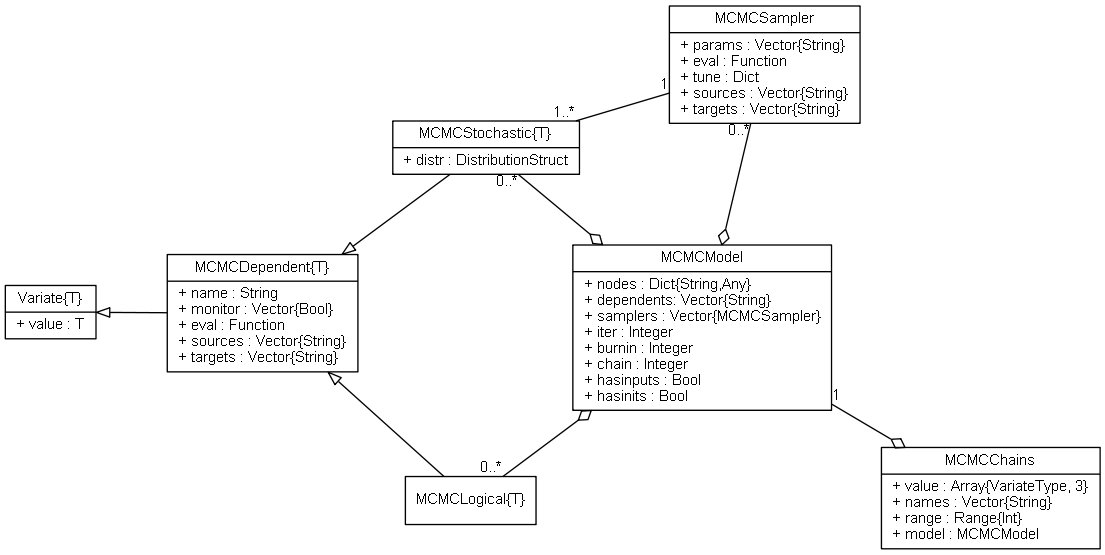
Earlier version of the Graphviz export doc/images/mcmcUML.png (brian-j-smith/Mamba.jl). Its source is kept beside it as doc/images/mcmcUML.dot.
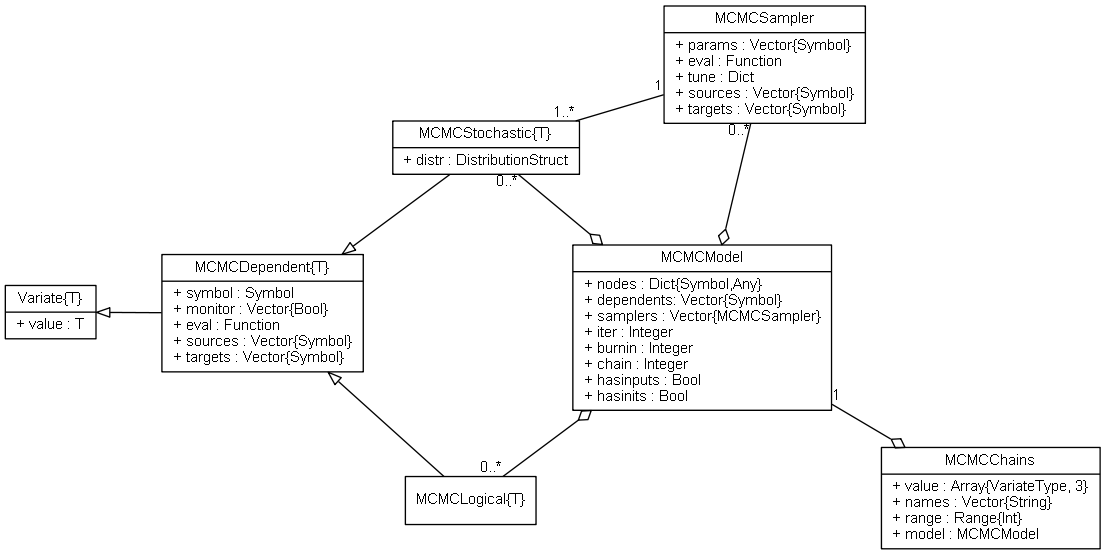
The same diagram one commit later.

Diff of the diagram source:
```diff
@@ -10,15 +10,15 @@
 
 	Variate [label = "{Variate\{T\}|+ value : T\l}"]
 
-	MCMCDependent [label = "{MCMCDependent\{T\}|+ name : String\l+ monitor : Vector\{Bool\}\l+ eval : Function\l+ sources : Vector\{String\}\l+ targets : Vector\{String\}\l}"]
+	MCMCDependent [label = "{MCMCDependent\{T\}|+ symbol : Symbol\l+ monitor : Vector\{Bool\}\l+ eval : Function\l+ sources : Vector\{Symbol\}\l+ targets : Vector\{Symbol\}\l}"]
 
 	MCMCLogical [label = "{MCMCLogical\{T\}}"]
 
 	MCMCStochastic [label = "{MCMCStochastic\{T\}|+ distr : DistributionStruct\l}"]
 
-	MCMCSampler [label = "{MCMCSampler|+ params : Vector\{String\}\l+ eval : Function\l+ tune : Dict\l+ sources : Vector\{String\}\l+ targets : Vector\{String\}\l}"]
+	MCMCSampler [label = "{MCMCSampler|+ params : Vector\{Symbol\}\l+ eval : Function\l+ tune : Dict\l+ sources : Vector\{Symbol\}\l+ targets : Vector\{Symbol\}\l}"]
 
-	MCMCModel [label = "{MCMCModel|+ nodes : Dict\{String,Any\}\l+ dependents: Vector\{String\}\l+ samplers : Vector\{MCMCSampler\}\l+ iter : Integer\l+ burnin : Integer\l+ chain : Integer\l+ hasinputs : Bool\l+ hasinits : Bool\l}"]
+	MCMCModel [label = "{MCMCModel|+ nodes : Dict\{Symbol,Any\}\l+ dependents: Vector\{Symbol\}\l+ samplers : Vector\{MCMCSampler\}\l+ iter : Integer\l+ burnin : Integer\l+ chain : Integer\l+ hasinputs : Bool\l+ hasinits : Bool\l}"]
 
 	MCMCChains [label = "{MCMCChains|+ value : Array\{VariateType, 3\}\l+ names : Vector\{String\}\l+ range : Range\{Int\}\l+ model : MCMCModel\l}"]
 
```
